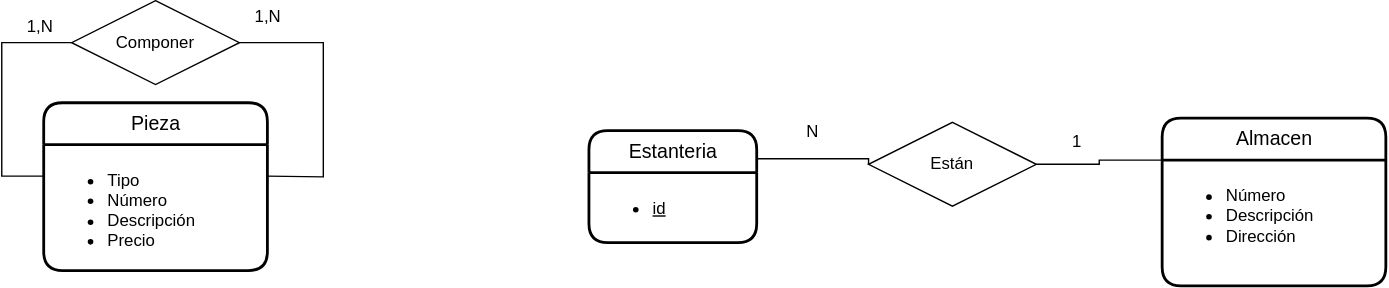
Above: UD12-5.svg in Jimxx22/C3-UD11-UML (draw.io), before the change. Source tidied: cells renumbered, new cells last; positions are measured from the earlier drawing's top-left corner, leaving out a move shared by most shapes.
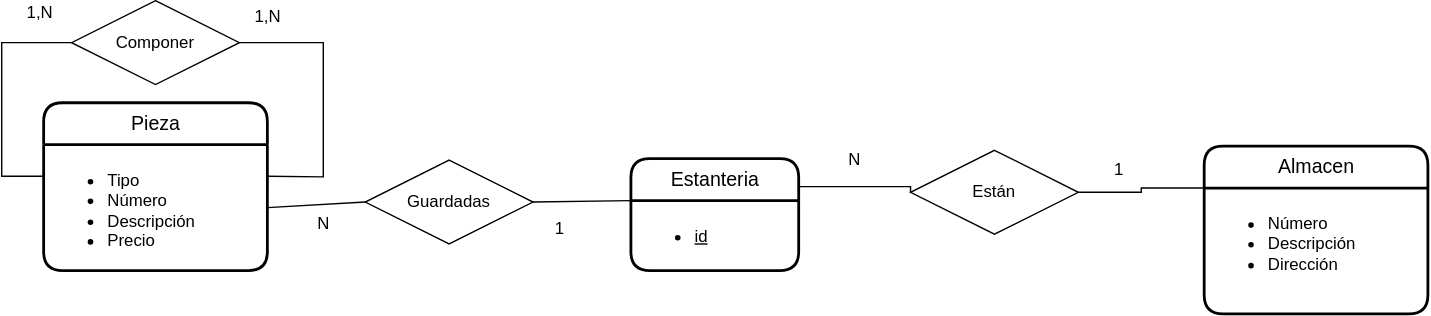
The same file after the commit.

Diff of the diagram source:
```diff
@@ -9,7 +9,7 @@
       <mxGeometry y="30" width="120" height="50" as="geometry" />
     </mxCell>
     <mxCell id="4" value="Pieza" style="swimlane;horizontal=1;startSize=30;rounded=1;fontSize=14;fontStyle=0;strokeWidth=2;shadow=0;dashed=0;align=center;glass=0;fillColor=default;html=1;" parent="1" vertex="1">
-      <mxGeometry x="30" y="73" width="160" height="120" as="geometry" />
+      <mxGeometry y="53" width="160" height="120" as="geometry" />
     </mxCell>
     <mxCell id="5" value="&lt;ul&gt;&lt;li&gt;Tipo&lt;/li&gt;&lt;li&gt;Número&lt;/li&gt;&lt;li&gt;Descripción&lt;/li&gt;&lt;li&gt;Precio&lt;/li&gt;&lt;/ul&gt;" style="align=left;strokeColor=none;fillColor=none;spacingLeft=4;fontSize=12;verticalAlign=top;rounded=0;glass=0;html=1;" parent="4" vertex="1">
       <mxGeometry y="30" width="160" height="90" as="geometry" />
@@ -27,7 +27,7 @@
       <mxGeometry y="30" width="160" height="90" as="geometry" />
     </mxCell>
     <mxCell id="10" value="&lt;div&gt;Componer&lt;/div&gt;" style="shape=rhombus;perimeter=rhombusPerimeter;whiteSpace=wrap;html=1;align=center;" parent="1" vertex="1">
-      <mxGeometry x="50" width="120" height="60" as="geometry" />
+      <mxGeometry x="20" y="-20" width="120" height="60" as="geometry" />
     </mxCell>
     <mxCell id="11" style="edgeStyle=orthogonalEdgeStyle;rounded=0;jettySize=auto;html=1;exitX=0;exitY=0.75;exitDx=0;exitDy=0;entryX=1;entryY=0.5;entryDx=0;entryDy=0;" parent="1" edge="1" target="10">
       <mxGeometry relative="1" as="geometry" />
@@ -41,13 +41,13 @@
       </mxGeometry>
     </mxCell>
     <mxCell id="13" value="1,N" style="html=1;align=right;verticalAlign=bottom;direction=north;" parent="1" vertex="1">
-      <mxGeometry x="200" y="20" as="geometry" />
+      <mxGeometry x="170" as="geometry" />
     </mxCell>
     <mxCell id="14" style="edgeStyle=orthogonalEdgeStyle;rounded=0;jettySize=auto;html=1;exitX=0;exitY=0.5;exitDx=0;exitDy=0;entryX=0;entryY=0.25;entryDx=0;entryDy=0;endArrow=none;endFill=0;" parent="1" edge="1" source="10" target="5">
       <mxGeometry relative="1" as="geometry">
         <Array as="points">
-          <mxPoint y="30" />
-          <mxPoint y="126" />
+          <mxPoint x="-30" y="10" />
+          <mxPoint x="-30" y="106" />
         </Array>
       </mxGeometry>
     </mxCell>
@@ -66,15 +66,30 @@
     <mxCell id="19" style="endArrow=none;html=1;rounded=0;exitX=1;exitY=0.5;exitDx=0;exitDy=0;entryX=1;entryY=0.25;entryDx=0;entryDy=0;" parent="1" edge="1" source="10" target="5">
       <mxGeometry relative="1" as="geometry">
         <Array as="points">
-          <mxPoint x="230" y="30" />
-          <mxPoint x="230" y="126" />
+          <mxPoint x="200" y="10" />
+          <mxPoint x="200" y="106" />
         </Array>
       </mxGeometry>
     </mxCell>
     <mxCell id="20" value="1,N" style="html=1;align=right;verticalAlign=bottom;direction=north;" parent="1" vertex="1">
-      <mxGeometry x="260" y="83" as="geometry">
+      <mxGeometry x="230" y="53" as="geometry">
         <mxPoint x="-223" y="-56" as="offset" />
       </mxGeometry>
     </mxCell>
+    <mxCell id="21" value="Guardadas" style="shape=rhombus;perimeter=rhombusPerimeter;whiteSpace=wrap;html=1;align=center;rounded=0;glass=0;fillColor=default;" parent="1" vertex="1">
+      <mxGeometry x="230" y="94" width="120" height="60" as="geometry" />
+    </mxCell>
+    <mxCell id="22" style="endArrow=none;html=1;rounded=0;exitX=1;exitY=0.5;exitDx=0;exitDy=0;entryX=0;entryY=0.5;entryDx=0;entryDy=0;" parent="1" edge="1" source="5" target="21">
+      <mxGeometry relative="1" as="geometry" />
+    </mxCell>
+    <mxCell id="23" style="endArrow=none;html=1;rounded=0;exitX=1;exitY=0.5;exitDx=0;exitDy=0;entryX=0;entryY=0;entryDx=0;entryDy=0;" parent="1" edge="1" source="21" target="3">
+      <mxGeometry relative="1" as="geometry" />
+    </mxCell>
+    <mxCell id="24" value="N" style="text;html=1;align=center;verticalAlign=middle;strokeColor=none;fillColor=none;" parent="1" vertex="1">
+      <mxGeometry x="185" y="125" width="30" height="30" as="geometry" />
+    </mxCell>
+    <mxCell id="25" value="1" style="text;strokeColor=none;fillColor=none;spacingLeft=4;spacingRight=4;overflow=hidden;fontSize=12;rounded=0;glass=0;html=1;" parent="1" vertex="1">
+      <mxGeometry x="360" y="129" width="40" height="30" as="geometry" />
+    </mxCell>
   </root>
 </mxGraphModel>
```
